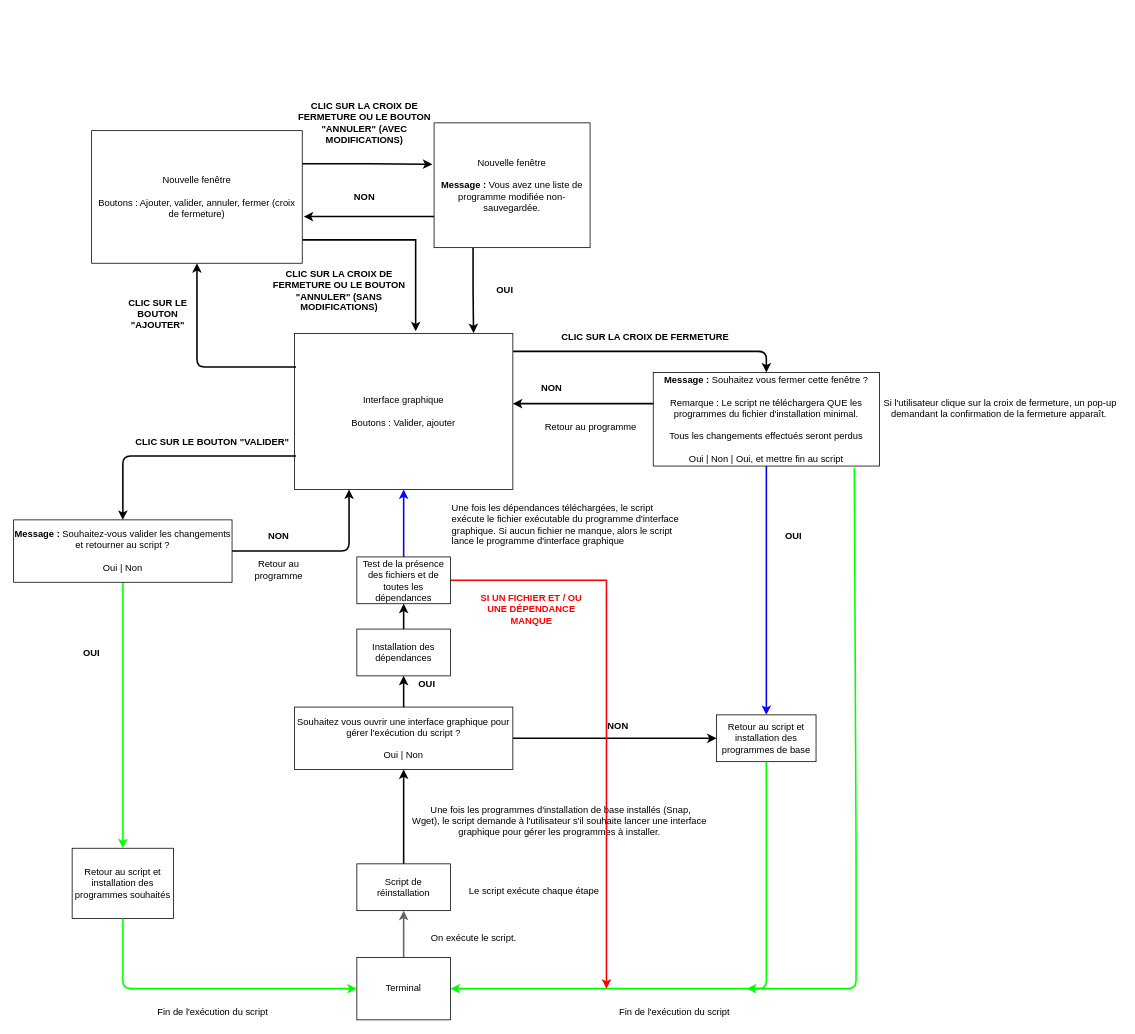
Before: GUI/Interface graphique.drawio in DimitriObeid/Linux-reinstall, a draw.io diagram. Source tidied: cells renumbered, new cells numbered last; positions are measured from the earlier drawing's top-left corner, leaving out a move shared by most shapes. Both pictures are drawn from the tidied source at 78%, with x=0, y=0 at pixel (13, 99).
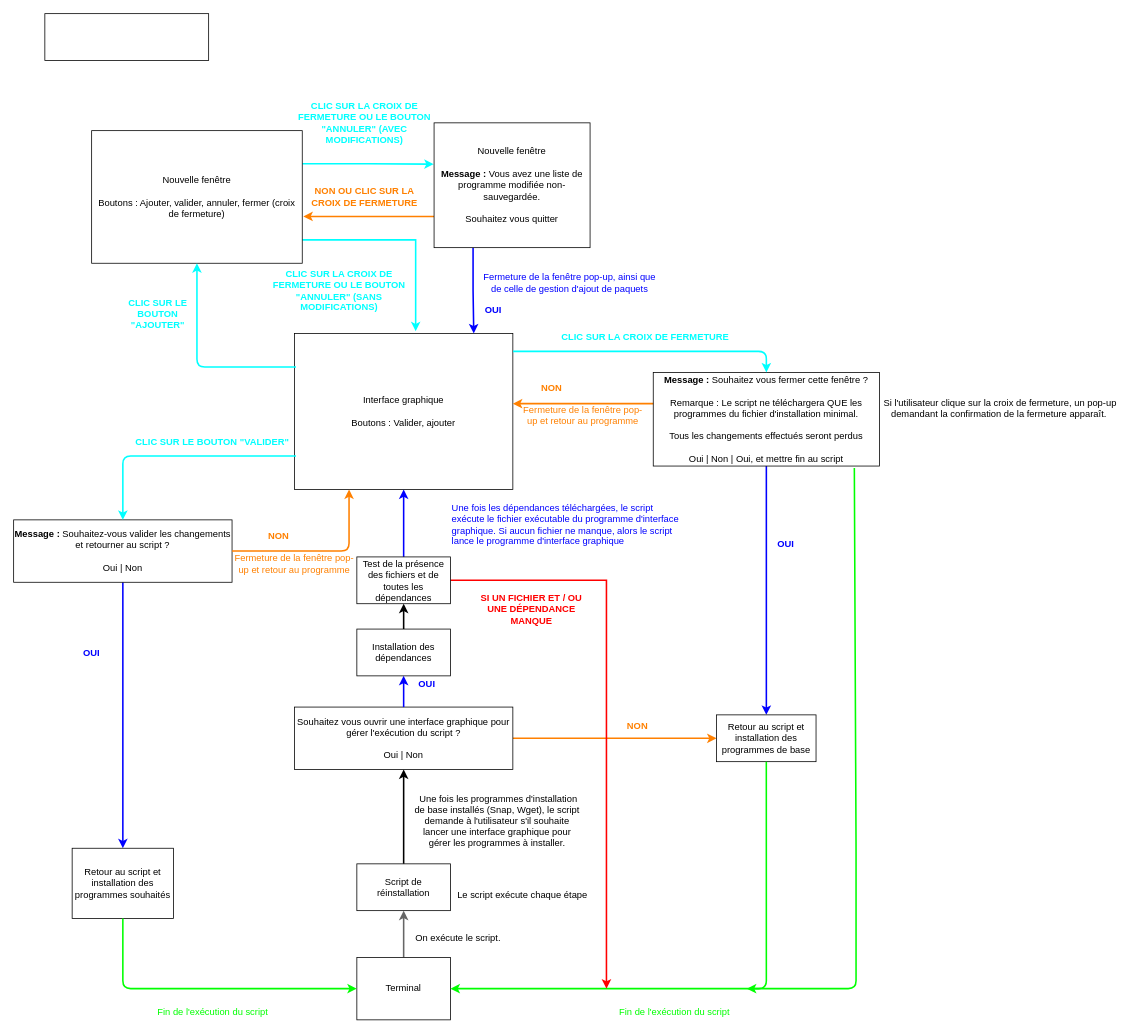
The same page after the edit.

Commit message (it also covers changes not shown here):
Amélioration du code couleur

Unchanged cells that the change refers to:
```xml
<mxCell id="7" value="Souhaitez vous ouvrir une interface graphique pour gérer l'exécution du script ?&lt;br&gt;&lt;br&gt;Oui | Non" style="rounded=0;whiteSpace=wrap;html=1;" parent="1" vertex="1">
  <mxGeometry x="360" y="779" width="280" height="80" as="geometry" />
</mxCell>
<mxCell id="9" value="Installation des dépendances" style="rounded=0;whiteSpace=wrap;html=1;" parent="1" vertex="1">
  <mxGeometry x="440" y="679" width="120" height="60" as="geometry" />
</mxCell>
<mxCell id="10" value="Interface graphique&lt;br&gt;&lt;br&gt;Boutons : Valider, ajouter" style="rounded=0;whiteSpace=wrap;html=1;align=center;" parent="1" vertex="1">
  <mxGeometry x="360" y="300" width="280" height="200" as="geometry" />
</mxCell>
<mxCell id="16" value="&lt;b&gt;Message :&lt;/b&gt; Souhaitez vous fermer cette fenêtre ?&lt;br&gt;&lt;br&gt;Remarque : Le script ne téléchargera QUE les programmes du fichier d'installation minimal.&lt;br&gt;&lt;br&gt;Tous les changements effectués seront perdus&lt;br&gt;&lt;br&gt;&lt;div&gt;Oui | Non | Oui, et mettre fin au script&lt;/div&gt;" style="rounded=0;whiteSpace=wrap;html=1;" parent="1" vertex="1">
  <mxGeometry x="820" y="350" width="290" height="120" as="geometry" />
</mxCell>
<mxCell id="17" value="Retour au script et installation des programmes de base" style="rounded=0;whiteSpace=wrap;html=1;" parent="1" vertex="1">
  <mxGeometry x="901.2" y="789" width="127.5" height="60" as="geometry" />
</mxCell>
<mxCell id="30" value="&lt;b&gt;Message :&lt;/b&gt; Souhaitez-vous valider les changements et retourner au script ?&lt;br&gt;&lt;br&gt;Oui | Non" style="rounded=0;whiteSpace=wrap;html=1;" parent="1" vertex="1">
  <mxGeometry y="539" width="280" height="80" as="geometry" />
</mxCell>
<mxCell id="31" value="Retour au script et installation des programmes souhaités" style="rounded=0;whiteSpace=wrap;html=1;" parent="1" vertex="1">
  <mxGeometry x="75" y="960" width="130" height="90" as="geometry" />
</mxCell>
<mxCell id="42" value="Nouvelle fenêtre&lt;br&gt;&lt;br&gt;Boutons : Ajouter, valider, annuler, fermer (croix de fermeture)" style="rounded=0;whiteSpace=wrap;html=1;" parent="1" vertex="1">
  <mxGeometry x="100" y="40" width="270" height="170" as="geometry" />
</mxCell>
```

Change to the diagram source:
```diff
@@
-    <mxCell id="6" style="edgeStyle=orthogonalEdgeStyle;rounded=0;jettySize=auto;html=1;entryX=0;entryY=0.5;entryDx=0;entryDy=0;strokeWidth=2;" parent="1" edge="1" source="7" target="17">
+    <mxCell id="6" style="edgeStyle=orthogonalEdgeStyle;rounded=0;jettySize=auto;html=1;entryX=0;entryY=0.5;entryDx=0;entryDy=0;strokeWidth=2;strokeColor=#FF8000;" parent="1" edge="1" source="7" target="17">
       <mxGeometry relative="1" as="geometry" />
     </mxCell>
@@
     <mxCell id="11" value="On exécute le script." style="text;strokeColor=none;fillColor=none;align=center;verticalAlign=middle;whiteSpace=wrap;rounded=0;html=1;" parent="1" vertex="1">
-      <mxGeometry x="530" y="1060" width="120" height="30" as="geometry" />
+      <mxGeometry x="510" y="1060" width="120" height="30" as="geometry" />
     </mxCell>
-    <mxCell id="12" value="Une fois les dépendances téléchargées, le script exécute le fichier exécutable du programme d'interface graphique. Si aucun fichier ne manque, alors le script lance le programme d'interface graphique" style="text;html=1;strokeColor=none;fillColor=none;align=left;verticalAlign=middle;whiteSpace=wrap;rounded=0;" parent="1" vertex="1">
+    <mxCell id="12" value="&lt;font color=&quot;#0000ff&quot;&gt;Une fois les dépendances téléchargées, le script exécute le fichier exécutable du programme d'interface graphique. Si aucun fichier ne manque, alors le script lance le programme d'interface graphique&lt;/font&gt;" style="text;html=1;strokeColor=none;fillColor=none;align=left;verticalAlign=middle;whiteSpace=wrap;rounded=0;" parent="1" vertex="1">
       <mxGeometry x="560" y="510" width="300" height="70" as="geometry" />
     </mxCell>
@@
-    <mxCell id="14" style="edgeStyle=orthogonalEdgeStyle;rounded=0;orthogonalLoop=1;jettySize=auto;html=1;exitX=0;exitY=0.5;exitDx=0;exitDy=0;strokeWidth=2;" parent="1" edge="1">
+    <mxCell id="14" style="edgeStyle=orthogonalEdgeStyle;rounded=0;orthogonalLoop=1;jettySize=auto;html=1;exitX=0;exitY=0.5;exitDx=0;exitDy=0;strokeWidth=2;strokeColor=#FF8000;" parent="1" edge="1">
       <mxGeometry relative="1" as="geometry">
         <mxPoint x="870" y="390" as="sourcePoint" />
         <mxPoint x="640" y="390" as="targetPoint" />
       </mxGeometry>
     </mxCell>
@@
-    <mxCell id="18" style="endArrow=classic;html=1;entryX=0.5;entryY=0;entryDx=0;entryDy=0;exitX=1.001;exitY=0.115;exitDx=0;exitDy=0;exitPerimeter=0;strokeWidth=2;" parent="1" edge="1" source="10" target="16">
+    <mxCell id="18" style="endArrow=classic;html=1;entryX=0.5;entryY=0;entryDx=0;entryDy=0;exitX=1.001;exitY=0.115;exitDx=0;exitDy=0;exitPerimeter=0;strokeWidth=2;strokeColor=#00FFFF;" parent="1" edge="1" source="10" target="16">
       <mxGeometry relative="1" as="geometry">
         <Array as="points">
           <mxPoint x="965" y="323" />
         </Array>
       </mxGeometry>
     </mxCell>
-    <mxCell id="19" value="&lt;b&gt;NON&lt;/b&gt;" style="text;html=1;strokeColor=none;fillColor=none;align=center;verticalAlign=middle;whiteSpace=wrap;rounded=0;" parent="1" vertex="1">
+    <mxCell id="19" value="&lt;b&gt;&lt;font color=&quot;#ff8000&quot;&gt;NON&lt;/font&gt;&lt;/b&gt;" style="text;html=1;strokeColor=none;fillColor=none;align=center;verticalAlign=middle;whiteSpace=wrap;rounded=0;" parent="1" vertex="1">
       <mxGeometry x="670" y="360" width="40" height="20" as="geometry" />
     </mxCell>
-    <mxCell id="20" value="Retour au programme" style="text;html=1;strokeColor=none;fillColor=none;align=center;verticalAlign=middle;whiteSpace=wrap;rounded=0;" parent="1" vertex="1">
-      <mxGeometry x="680" y="410" width="120" height="20" as="geometry" />
+    <mxCell id="20" value="&lt;font color=&quot;#ff8000&quot;&gt;Fermeture de la fenêtre pop-up et retour au programme&lt;/font&gt;" style="text;html=1;strokeColor=none;fillColor=none;align=center;verticalAlign=middle;whiteSpace=wrap;rounded=0;" parent="1" vertex="1">
+      <mxGeometry x="650" y="380" width="160" height="50" as="geometry" />
     </mxCell>
@@
-    <mxCell id="22" style="endArrow=classic;html=1;entryX=0.5;entryY=1;entryDx=0;entryDy=0;exitX=0.5;exitY=0;exitDx=0;exitDy=0;strokeWidth=2;" parent="1" edge="1" source="7" target="9">
+    <mxCell id="22" style="endArrow=classic;html=1;entryX=0.5;entryY=1;entryDx=0;entryDy=0;exitX=0.5;exitY=0;exitDx=0;exitDy=0;strokeWidth=2;strokeColor=#0000FF;" parent="1" edge="1" source="7" target="9">
       <mxGeometry relative="1" as="geometry" />
     </mxCell>
     <mxCell id="23" value="&lt;div&gt;&lt;span&gt;&amp;nbsp;Une fois les programmes d'installation de base installés (Snap, Wget),&amp;nbsp;&lt;/span&gt;&lt;span&gt;le script demande à l'utilisateur s'il souhaite lancer une interface graphique pour gérer les programmes à&amp;nbsp;installer.&lt;/span&gt;&lt;/div&gt;" style="text;html=1;strokeColor=none;fillColor=none;align=center;verticalAlign=middle;whiteSpace=wrap;rounded=0;" parent="1" vertex="1">
-      <mxGeometry x="510" y="874.9" width="380" height="100" as="geometry" />
+      <mxGeometry x="510" y="874.9" width="220" height="100" as="geometry" />
     </mxCell>
     <mxCell id="24" value="Le script exécute chaque étape" style="text;html=1;strokeColor=none;fillColor=none;align=center;verticalAlign=middle;whiteSpace=wrap;rounded=0;" parent="1" vertex="1">
-      <mxGeometry x="575" y="1005" width="185" height="20" as="geometry" />
+      <mxGeometry x="560" y="1010" width="185" height="20" as="geometry" />
     </mxCell>
-    <mxCell id="25" value="&lt;b&gt;NON&lt;/b&gt;" style="text;html=1;strokeColor=none;fillColor=none;align=center;verticalAlign=middle;whiteSpace=wrap;rounded=0;" parent="1" vertex="1">
-      <mxGeometry x="755" y="794" width="40" height="20" as="geometry" />
+    <mxCell id="25" value="&lt;b&gt;&lt;font color=&quot;#ff8000&quot;&gt;NON&lt;/font&gt;&lt;/b&gt;" style="text;html=1;strokeColor=none;fillColor=none;align=center;verticalAlign=middle;whiteSpace=wrap;rounded=0;" parent="1" vertex="1">
+      <mxGeometry x="780" y="794" width="40" height="20" as="geometry" />
     </mxCell>
-    <mxCell id="26" value="&lt;b&gt;OUI&lt;/b&gt;" style="text;html=1;strokeColor=none;fillColor=none;align=center;verticalAlign=middle;whiteSpace=wrap;rounded=0;" parent="1" vertex="1">
-      <mxGeometry x="980" y="550" width="40" height="20" as="geometry" />
+    <mxCell id="26" value="&lt;b&gt;&lt;font color=&quot;#0000ff&quot;&gt;OUI&lt;/font&gt;&lt;/b&gt;" style="text;html=1;strokeColor=none;fillColor=none;align=center;verticalAlign=middle;whiteSpace=wrap;rounded=0;" parent="1" vertex="1">
+      <mxGeometry x="970" y="560" width="40" height="20" as="geometry" />
     </mxCell>
-    <mxCell id="27" value="&lt;b&gt;OUI&lt;/b&gt;" style="text;html=1;strokeColor=none;fillColor=none;align=center;verticalAlign=middle;whiteSpace=wrap;rounded=0;" parent="1" vertex="1">
+    <mxCell id="27" value="&lt;b&gt;&lt;font color=&quot;#0000ff&quot;&gt;OUI&lt;/font&gt;&lt;/b&gt;" style="text;html=1;strokeColor=none;fillColor=none;align=center;verticalAlign=middle;whiteSpace=wrap;rounded=0;" parent="1" vertex="1">
       <mxGeometry x="510" y="740" width="40" height="20" as="geometry" />
     </mxCell>
-    <mxCell id="28" value="&lt;b&gt;CLIC SUR LA CROIX DE FERMETURE&lt;/b&gt;" style="text;html=1;strokeColor=none;fillColor=none;align=center;verticalAlign=middle;whiteSpace=wrap;rounded=0;" parent="1" vertex="1">
+    <mxCell id="28" value="&lt;b&gt;&lt;font color=&quot;#00ffff&quot;&gt;CLIC SUR LA CROIX DE FERMETURE&lt;/font&gt;&lt;/b&gt;" style="text;html=1;strokeColor=none;fillColor=none;align=center;verticalAlign=middle;whiteSpace=wrap;rounded=0;" parent="1" vertex="1">
       <mxGeometry x="690" y="280" width="240" height="50" as="geometry" />
     </mxCell>
-    <mxCell id="29" style="edgeStyle=orthogonalEdgeStyle;rounded=0;jettySize=auto;html=1;strokeWidth=2;fillColor=#60a917;strokeColor=#00FF00;" parent="1" edge="1" source="30" target="31">
+    <mxCell id="29" style="edgeStyle=orthogonalEdgeStyle;rounded=0;jettySize=auto;html=1;strokeWidth=2;fillColor=#60a917;strokeColor=#0000FF;" parent="1" edge="1" source="30" target="31">
       <mxGeometry relative="1" as="geometry" />
     </mxCell>
@@
-    <mxCell id="32" style="endArrow=classic;html=1;exitX=0.007;exitY=0.785;exitDx=0;exitDy=0;exitPerimeter=0;entryX=0.5;entryY=0;entryDx=0;entryDy=0;strokeWidth=2;" parent="1" edge="1" source="10" target="30">
+    <mxCell id="32" style="endArrow=classic;html=1;exitX=0.007;exitY=0.785;exitDx=0;exitDy=0;exitPerimeter=0;entryX=0.5;entryY=0;entryDx=0;entryDy=0;strokeWidth=2;strokeColor=#00FFFF;" parent="1" edge="1" source="10" target="30">
       <mxGeometry relative="1" as="geometry">
         <Array as="points">
           <mxPoint x="200" y="457" />
           <mxPoint x="140" y="457" />
         </Array>
       </mxGeometry>
     </mxCell>
-    <mxCell id="33" value="&lt;b&gt;CLIC SUR LE BOUTON &quot;VALIDER&quot;&lt;/b&gt;" style="text;html=1;strokeColor=none;fillColor=none;align=center;verticalAlign=middle;whiteSpace=wrap;rounded=0;" parent="1" vertex="1">
+    <mxCell id="33" value="&lt;b&gt;&lt;font color=&quot;#00ffff&quot;&gt;CLIC SUR LE BOUTON &quot;VALIDER&quot;&lt;/font&gt;&lt;/b&gt;" style="text;html=1;strokeColor=none;fillColor=none;align=center;verticalAlign=middle;whiteSpace=wrap;rounded=0;" parent="1" vertex="1">
       <mxGeometry x="150" y="430" width="210" height="20" as="geometry" />
     </mxCell>
-    <mxCell id="34" style="endArrow=classic;html=1;exitX=1;exitY=0.5;exitDx=0;exitDy=0;entryX=0.25;entryY=1;entryDx=0;entryDy=0;strokeWidth=2;" parent="1" edge="1" source="30" target="10">
+    <mxCell id="34" style="endArrow=classic;html=1;exitX=1;exitY=0.5;exitDx=0;exitDy=0;entryX=0.25;entryY=1;entryDx=0;entryDy=0;strokeWidth=2;fillColor=#fa6800;strokeColor=#FF8000;" parent="1" edge="1" source="30" target="10">
       <mxGeometry relative="1" as="geometry">
         <Array as="points">
           <mxPoint x="430" y="579" />
         </Array>
       </mxGeometry>
     </mxCell>
-    <mxCell id="35" value="&lt;b&gt;NON&lt;/b&gt;" style="text;html=1;strokeColor=none;fillColor=none;align=center;verticalAlign=middle;whiteSpace=wrap;rounded=0;" parent="1" vertex="1">
+    <mxCell id="35" value="&lt;b&gt;&lt;font color=&quot;#ff8000&quot;&gt;NON&lt;/font&gt;&lt;/b&gt;" style="text;html=1;strokeColor=none;fillColor=none;align=center;verticalAlign=middle;whiteSpace=wrap;rounded=0;" parent="1" vertex="1">
       <mxGeometry x="320" y="550" width="40" height="20" as="geometry" />
     </mxCell>
-    <mxCell id="36" value="Retour au programme" style="text;html=1;strokeColor=none;fillColor=none;align=center;verticalAlign=middle;whiteSpace=wrap;rounded=0;" parent="1" vertex="1">
-      <mxGeometry x="300" y="586.5" width="80" height="32.5" as="geometry" />
-    </mxCell>
-    <mxCell id="37" value="&lt;b&gt;OUI&lt;/b&gt;" style="text;html=1;strokeColor=none;fillColor=none;align=center;verticalAlign=middle;whiteSpace=wrap;rounded=0;" parent="1" vertex="1">
+    <mxCell id="37" value="&lt;b&gt;&lt;font color=&quot;#0000ff&quot;&gt;OUI&lt;/font&gt;&lt;/b&gt;" style="text;html=1;strokeColor=none;fillColor=none;align=center;verticalAlign=middle;whiteSpace=wrap;rounded=0;" parent="1" vertex="1">
       <mxGeometry x="80" y="700" width="40" height="20" as="geometry" />
     </mxCell>
@@
-    <mxCell id="39" value="Fin de l'exécution du script" style="text;html=1;strokeColor=none;fillColor=none;align=center;verticalAlign=middle;whiteSpace=wrap;rounded=0;" parent="1" vertex="1">
+    <mxCell id="39" value="&lt;font color=&quot;#00ff00&quot;&gt;Fin de l'exécution du script&lt;/font&gt;" style="text;html=1;strokeColor=none;fillColor=none;align=center;verticalAlign=middle;whiteSpace=wrap;rounded=0;" parent="1" vertex="1">
       <mxGeometry x="167.5" y="1160" width="175" height="20" as="geometry" />
     </mxCell>
-    <mxCell id="40" style="edgeStyle=orthogonalEdgeStyle;rounded=0;jettySize=auto;html=1;entryX=0.555;entryY=-0.014;entryDx=0;entryDy=0;entryPerimeter=0;strokeWidth=2;" parent="1" edge="1" source="42" target="10">
+    <mxCell id="40" style="edgeStyle=orthogonalEdgeStyle;rounded=0;jettySize=auto;html=1;entryX=0.555;entryY=-0.014;entryDx=0;entryDy=0;entryPerimeter=0;strokeWidth=2;strokeColor=#00FFFF;" parent="1" edge="1" source="42" target="10">
       <mxGeometry relative="1" as="geometry">
         <Array as="points">
           <mxPoint x="235" y="180" />
           <mxPoint x="515" y="180" />
         </Array>
       </mxGeometry>
     </mxCell>
-    <mxCell id="41" style="edgeStyle=orthogonalEdgeStyle;rounded=0;jettySize=auto;html=1;exitX=1;exitY=0.25;exitDx=0;exitDy=0;entryX=-0.011;entryY=0.332;entryDx=0;entryDy=0;entryPerimeter=0;strokeWidth=2;" parent="1" edge="1" source="42" target="49">
-      <mxGeometry relative="1" as="geometry" />
+    <mxCell id="41" style="edgeStyle=orthogonalEdgeStyle;rounded=0;jettySize=auto;html=1;exitX=1;exitY=0.25;exitDx=0;exitDy=0;entryX=-0.002;entryY=0.331;entryDx=0;entryDy=0;entryPerimeter=0;strokeWidth=2;strokeColor=#00FFFF;" parent="1" edge="1" source="42" target="49">
+      <mxGeometry relative="1" as="geometry">
+        <Array as="points">
+          <mxPoint x="455" y="83" />
+        </Array>
+      </mxGeometry>
     </mxCell>
@@
-    <mxCell id="43" style="endArrow=classic;html=1;exitX=0.007;exitY=0.215;exitDx=0;exitDy=0;exitPerimeter=0;entryX=0.5;entryY=1;entryDx=0;entryDy=0;strokeWidth=2;" parent="1" edge="1" source="10" target="42">
+    <mxCell id="43" style="endArrow=classic;html=1;exitX=0.007;exitY=0.215;exitDx=0;exitDy=0;exitPerimeter=0;entryX=0.5;entryY=1;entryDx=0;entryDy=0;strokeWidth=2;strokeColor=#00FFFF;" parent="1" edge="1" source="10" target="42">
       <mxGeometry relative="1" as="geometry">
         <Array as="points">
           <mxPoint x="235" y="343" />
         </Array>
       </mxGeometry>
     </mxCell>
-    <mxCell id="44" value="&lt;b&gt;CLIC SUR LA CROIX DE FERMETURE OU LE BOUTON &quot;ANNULER&quot; (SANS MODIFICATIONS)&lt;/b&gt;" style="text;html=1;strokeColor=none;fillColor=none;align=center;verticalAlign=middle;whiteSpace=wrap;rounded=0;" parent="1" vertex="1">
+    <mxCell id="44" value="&lt;b&gt;&lt;font color=&quot;#00ffff&quot;&gt;CLIC SUR LA CROIX DE FERMETURE OU LE BOUTON &quot;ANNULER&quot; (SANS MODIFICATIONS)&lt;/font&gt;&lt;/b&gt;" style="text;html=1;strokeColor=none;fillColor=none;align=center;verticalAlign=middle;whiteSpace=wrap;rounded=0;" parent="1" vertex="1">
       <mxGeometry x="320" y="200" width="195" height="90" as="geometry" />
     </mxCell>
-    <mxCell id="45" value="&lt;b&gt;CLIC SUR LA CROIX DE FERMETURE OU LE BOUTON &quot;ANNULER&quot; (AVEC MODIFICATIONS)&lt;/b&gt;" style="text;html=1;strokeColor=none;fillColor=none;align=center;verticalAlign=middle;whiteSpace=wrap;rounded=0;" parent="1" vertex="1">
+    <mxCell id="45" value="&lt;b&gt;&lt;font color=&quot;#00ffff&quot;&gt;CLIC SUR LA CROIX DE FERMETURE OU LE BOUTON &quot;ANNULER&quot; (AVEC MODIFICATIONS)&lt;/font&gt;&lt;/b&gt;" style="text;html=1;strokeColor=none;fillColor=none;align=center;verticalAlign=middle;whiteSpace=wrap;rounded=0;" parent="1" vertex="1">
       <mxGeometry x="350" width="200" height="60" as="geometry" />
     </mxCell>
-    <mxCell id="46" value="&lt;b&gt;CLIC SUR LE BOUTON &quot;AJOUTER&quot;&lt;/b&gt;" style="text;html=1;strokeColor=none;fillColor=none;align=center;verticalAlign=middle;whiteSpace=wrap;rounded=0;" parent="1" vertex="1">
+    <mxCell id="46" value="&lt;b&gt;&lt;font color=&quot;#00ffff&quot;&gt;CLIC SUR LE BOUTON &quot;AJOUTER&quot;&lt;/font&gt;&lt;/b&gt;" style="text;html=1;strokeColor=none;fillColor=none;align=center;verticalAlign=middle;whiteSpace=wrap;rounded=0;" parent="1" vertex="1">
       <mxGeometry x="140" y="240" width="90" height="70" as="geometry" />
     </mxCell>
-    <mxCell id="47" style="edgeStyle=orthogonalEdgeStyle;rounded=0;jettySize=auto;html=1;exitX=0;exitY=0.75;exitDx=0;exitDy=0;entryX=1.007;entryY=0.648;entryDx=0;entryDy=0;entryPerimeter=0;strokeWidth=2;" parent="1" edge="1" source="49" target="42">
+    <mxCell id="47" style="edgeStyle=orthogonalEdgeStyle;rounded=0;jettySize=auto;html=1;exitX=0;exitY=0.75;exitDx=0;exitDy=0;strokeWidth=2;strokeColor=#FF8000;entryX=1.005;entryY=0.647;entryDx=0;entryDy=0;entryPerimeter=0;" parent="1" edge="1" source="49" target="42">
       <mxGeometry relative="1" as="geometry" />
     </mxCell>
-    <mxCell id="48" style="edgeStyle=orthogonalEdgeStyle;rounded=0;jettySize=auto;html=1;exitX=0.25;exitY=1;exitDx=0;exitDy=0;entryX=0.82;entryY=-0.002;entryDx=0;entryDy=0;entryPerimeter=0;strokeWidth=2;" parent="1" edge="1" source="49" target="10">
-      <mxGeometry relative="1" as="geometry" />
+    <mxCell id="48" style="edgeStyle=orthogonalEdgeStyle;rounded=0;jettySize=auto;html=1;exitX=0.25;exitY=1;exitDx=0;exitDy=0;strokeWidth=2;strokeColor=#0000FF;entryX=0.821;entryY=0;entryDx=0;entryDy=0;entryPerimeter=0;" parent="1" edge="1" source="49" target="10">
+      <mxGeometry relative="1" as="geometry">
+        <Array as="points">
+          <mxPoint x="589" y="245" />
+        </Array>
+      </mxGeometry>
     </mxCell>
-    <mxCell id="49" value="Nouvelle fenêtre&lt;br&gt;&lt;br&gt;&lt;b&gt;Message :&lt;/b&gt; Vous avez une liste de programme modifiée non-sauvegardée." style="rounded=0;whiteSpace=wrap;html=1;" parent="1" vertex="1">
+    <mxCell id="49" value="Nouvelle fenêtre&lt;br&gt;&lt;br&gt;&lt;b&gt;Message :&lt;/b&gt; Vous avez une liste de programme modifiée non-sauvegardée.&lt;br&gt;&lt;br&gt;Souhaitez vous quitter" style="rounded=0;whiteSpace=wrap;html=1;" parent="1" vertex="1">
       <mxGeometry x="539" y="30" width="200" height="160" as="geometry" />
     </mxCell>
-    <mxCell id="50" value="&lt;b&gt;NON&lt;/b&gt;" style="text;html=1;strokeColor=none;fillColor=none;align=center;verticalAlign=middle;whiteSpace=wrap;rounded=0;" parent="1" vertex="1">
-      <mxGeometry x="430" y="115" width="40" height="20" as="geometry" />
+    <mxCell id="50" value="&lt;b&gt;&lt;font color=&quot;#ff8000&quot;&gt;NON OU CLIC SUR LA CROIX DE FERMETURE&lt;/font&gt;&lt;/b&gt;" style="text;html=1;strokeColor=none;fillColor=none;align=center;verticalAlign=middle;whiteSpace=wrap;rounded=0;" parent="1" vertex="1">
+      <mxGeometry x="380" y="112.5" width="140" height="25" as="geometry" />
     </mxCell>
-    <mxCell id="51" value="&lt;b&gt;OUI&lt;/b&gt;" style="text;html=1;strokeColor=none;fillColor=none;align=center;verticalAlign=middle;whiteSpace=wrap;rounded=0;" parent="1" vertex="1">
-      <mxGeometry x="610" y="235" width="40" height="20" as="geometry" />
+    <mxCell id="51" value="&lt;b&gt;&lt;font color=&quot;#0000ff&quot;&gt;OUI&lt;/font&gt;&lt;/b&gt;" style="text;html=1;strokeColor=none;fillColor=none;align=center;verticalAlign=middle;whiteSpace=wrap;rounded=0;" parent="1" vertex="1">
+      <mxGeometry x="594.5" y="260" width="40" height="20" as="geometry" />
     </mxCell>
@@
-    <mxCell id="53" value="Fin de l'exécution du script" style="text;html=1;strokeColor=none;fillColor=none;align=center;verticalAlign=middle;whiteSpace=wrap;rounded=0;" parent="1" vertex="1">
+    <mxCell id="53" value="&lt;font color=&quot;#00ff00&quot;&gt;Fin de l'exécution du script&lt;/font&gt;" style="text;html=1;strokeColor=none;fillColor=none;align=center;verticalAlign=middle;whiteSpace=wrap;rounded=0;" parent="1" vertex="1">
       <mxGeometry x="760" y="1160" width="175" height="20" as="geometry" />
     </mxCell>
@@
+    <mxCell id="58" style="rounded=0;whiteSpace=wrap;html=1;" parent="1" vertex="1">
+      <mxGeometry x="40" y="-110" width="210" height="60" as="geometry" />
+    </mxCell>
+    <mxCell id="59" value="&lt;font color=&quot;#0000ff&quot;&gt;Fermeture de la fenêtre pop-up, ainsi que de celle de gestion d'ajout de paquets&lt;/font&gt;" style="text;html=1;strokeColor=none;fillColor=none;align=center;verticalAlign=middle;whiteSpace=wrap;rounded=0;" parent="1" vertex="1">
+      <mxGeometry x="594.5" y="210" width="235.5" height="50" as="geometry" />
+    </mxCell>
+    <mxCell id="60" value="&lt;font color=&quot;#ff8000&quot;&gt;Fermeture de la fenêtre pop-up et retour au programme&lt;/font&gt;" style="text;html=1;strokeColor=none;fillColor=none;align=center;verticalAlign=middle;whiteSpace=wrap;rounded=0;" parent="1" vertex="1">
+      <mxGeometry x="280" y="570" width="160" height="50" as="geometry" />
+    </mxCell>
```
